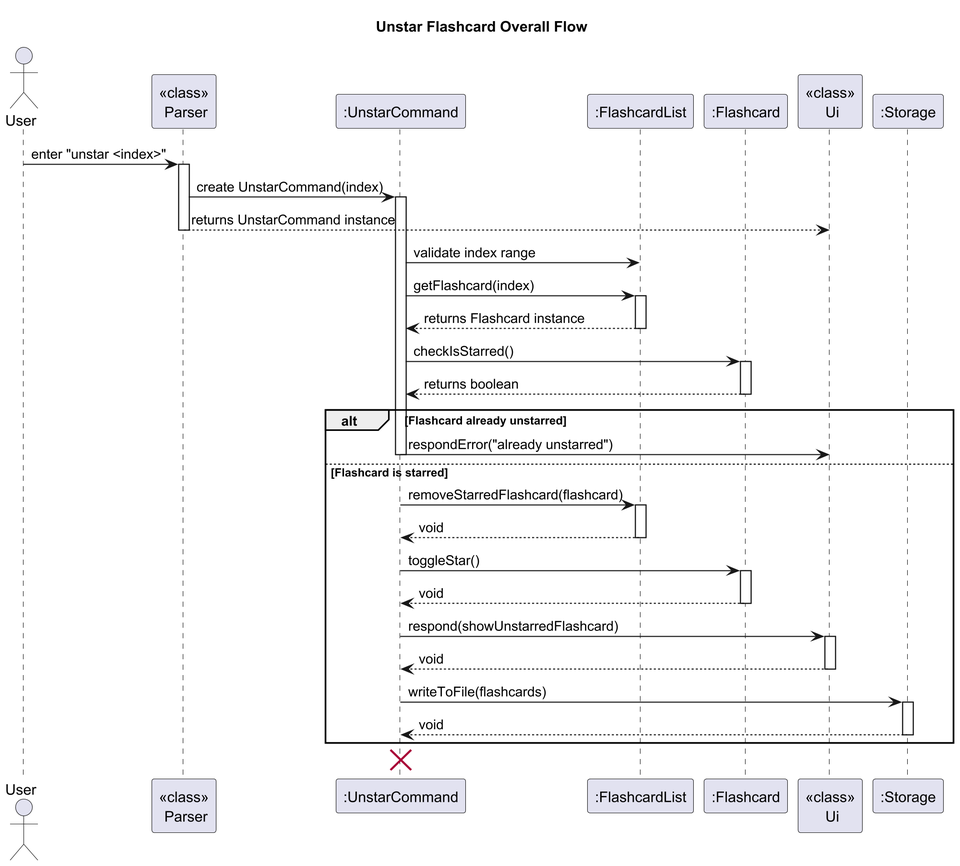
This is docs/images/UnstarFlashcardFeature_Overall.png from ashutoshalung/tp, a PlantUML export, as it was before one commit.
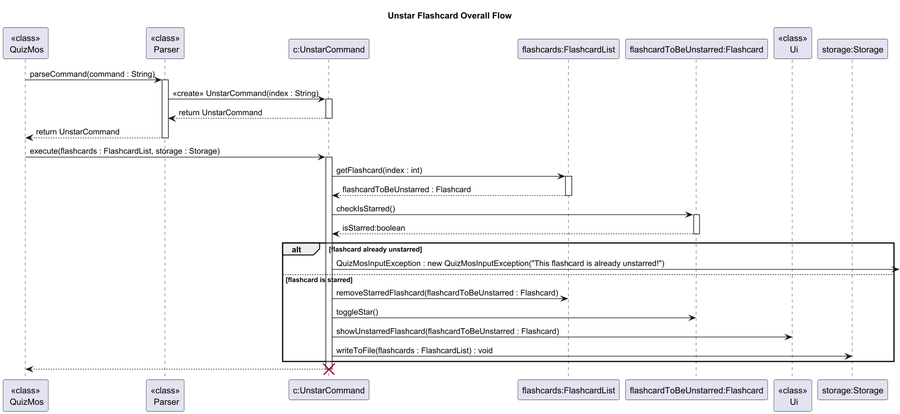
Above is the later version.

The edit, as a diff of the source:
```diff
@@ -3,58 +3,52 @@
 
 skinparam dpi 300
 
-actor User
+skinparam sequenceReferenceBackgroundColor #7cb9e8
+
+participant "<<class>>\n QuizMos" as quizmos
 participant "<<class>>\n Parser" as parser
-participant ":UnstarCommand" as unstarCommand
-participant ":FlashcardList" as flashcardList
-participant ":Flashcard" as flashcard
+participant "c:UnstarCommand" as unstarCommand
+participant "flashcards:FlashcardList" as flashcardList
+participant "flashcardToBeUnstarred:Flashcard" as flashcard
 participant "<<class>>\n Ui" as ui
-participant ":Storage" as storage
+participant "storage:Storage" as storage
 
-User -> parser : enter "unstar <index>"
+quizmos -> parser : parseCommand(command : String)
 activate parser
-parser -> unstarCommand : create UnstarCommand(index)
+
+parser -> unstarCommand : <<create>> UnstarCommand(index : String)
 activate unstarCommand
-parser --> ui : returns UnstarCommand instance
+
+unstarCommand --> parser : return UnstarCommand
+deactivate unstarCommand
+
+parser --> quizmos : return UnstarCommand
 deactivate parser
 
-unstarCommand -> flashcardList : validate index range
-unstarCommand -> flashcardList : getFlashcard(index)
+quizmos -> unstarCommand : execute(flashcards : FlashcardList, storage : Storage)
+activate unstarCommand
+
+unstarCommand -> flashcardList : getFlashcard(index : int)
 activate flashcardList
-flashcardList --> unstarCommand : returns Flashcard instance
+flashcardList --> unstarCommand : flashcardToBeUnstarred : Flashcard
 deactivate flashcardList
 
 unstarCommand -> flashcard : checkIsStarred()
 activate flashcard
-flashcard --> unstarCommand : returns boolean
+flashcard --> unstarCommand : isStarred:boolean
 deactivate flashcard
 
-alt Flashcard already unstarred
-unstarCommand -> ui : respondError("already unstarred")
-deactivate unstarCommand
-else Flashcard is starred
-unstarCommand -> flashcardList : removeStarredFlashcard(flashcard)
-activate flashcardList
-flashcardList --> unstarCommand : void
-deactivate flashcardList
-
+alt flashcard already unstarred
+unstarCommand -> :QuizMosInputException : new QuizMosInputException("This flashcard is already unstarred!")
+else flashcard is starred
+unstarCommand -> flashcardList : removeStarredFlashcard(flashcardToBeUnstarred : Flashcard)
 unstarCommand -> flashcard : toggleStar()
-activate flashcard
-flashcard --> unstarCommand : void
-deactivate flashcard
-
-unstarCommand -> ui : respond(showUnstarredFlashcard)
-activate ui
-ui --> unstarCommand : void
-deactivate ui
-
-unstarCommand -> storage : writeToFile(flashcards)
-activate storage
-storage --> unstarCommand : void
-deactivate storage
-
+unstarCommand -> ui : showUnstarredFlashcard(flashcardToBeUnstarred : Flashcard)
+unstarCommand -> storage : writeToFile(flashcards : FlashcardList) : void
 end
 
+unstarCommand --> quizmos
+deactivate unstarCommand
 destroy unstarCommand
 
 @enduml
```
